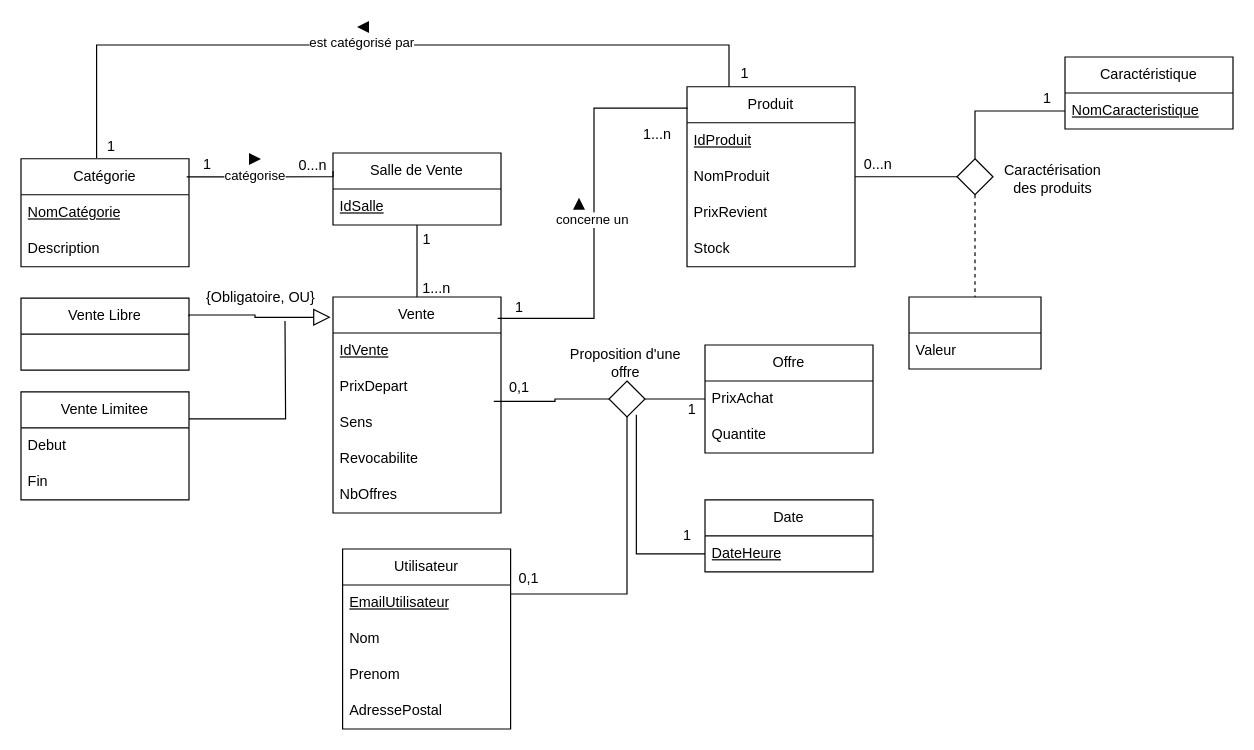
This is entite_association.drawio from AbelPrudhommeLacroix/enchere, a draw.io file, before an edit. Source tidied: cells renumbered, new cells numbered last; positions are measured from the earlier drawing's top-left corner, leaving out a move shared by most shapes. Both pictures are drawn from the tidied source at 120%, with x=0, y=0 at pixel (20, 20).
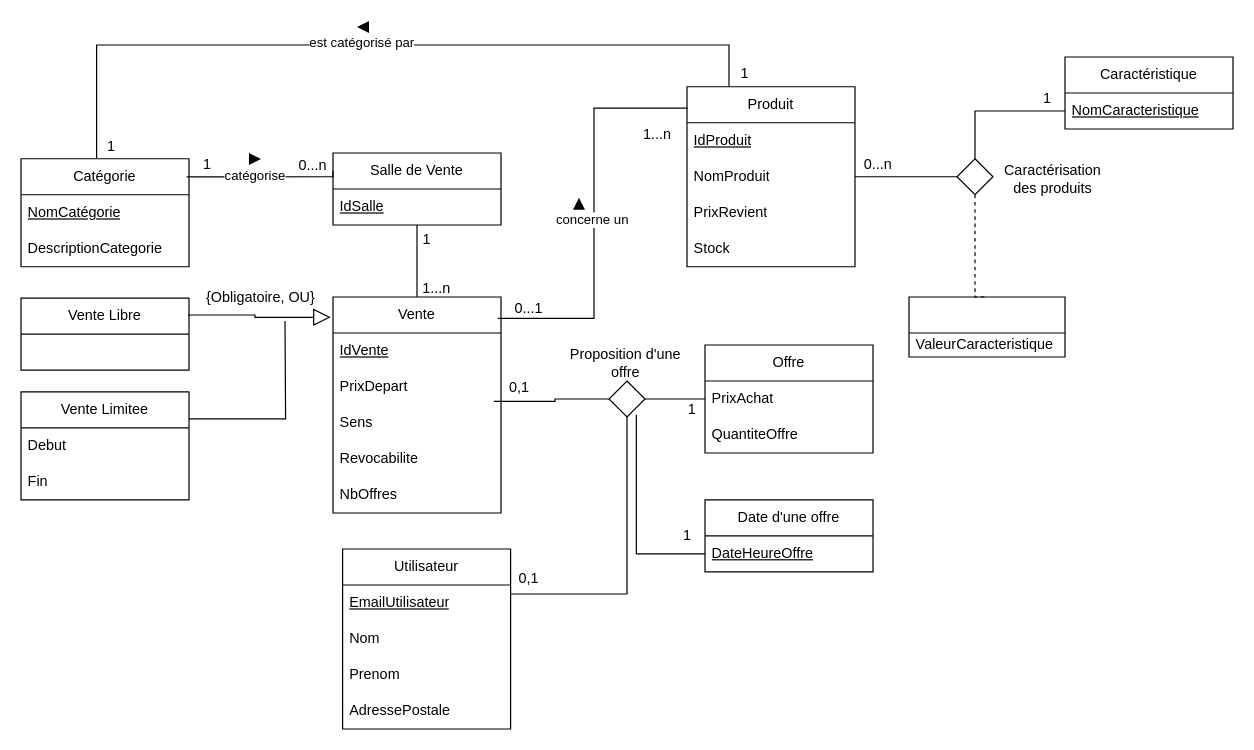
Above is the later version.

Unchanged cells that the change refers to:
```xml
<mxCell id="23" value="Utilisateur" style="swimlane;fontStyle=0;horizontal=1;startSize=30;whiteSpace=wrap;html=1;" parent="1" vertex="1">
  <mxGeometry x="268" y="440" width="140" height="150" as="geometry" />
</mxCell>
<mxCell id="31" value="Offre" style="swimlane;fontStyle=0;horizontal=1;startSize=30;whiteSpace=wrap;html=1;" parent="1" vertex="1">
  <mxGeometry x="570" y="270" width="140" height="90" as="geometry" />
</mxCell>
<mxCell id="34" value="Catégorie" style="swimlane;fontStyle=0;horizontal=1;startSize=30;whiteSpace=wrap;html=1;" parent="1" vertex="1">
  <mxGeometry y="114.8" width="140" height="90" as="geometry" />
</mxCell>
```

Change to the diagram source:
```diff
@@
-    <mxCell id="27" value="AdressePostal" style="text;strokeColor=none;fillColor=none;align=left;verticalAlign=middle;spacingLeft=4;spacingRight=4;overflow=hidden;whiteSpace=wrap;html=1;" parent="23" vertex="1">
+    <mxCell id="27" value="AdressePostale" style="text;strokeColor=none;fillColor=none;align=left;verticalAlign=middle;spacingLeft=4;spacingRight=4;overflow=hidden;whiteSpace=wrap;html=1;" parent="23" vertex="1">
       <mxGeometry y="120" width="140" height="30" as="geometry" />
     </mxCell>
@@
-    <mxCell id="33" value="Quantite" style="text;strokeColor=none;fillColor=none;align=left;verticalAlign=middle;spacingLeft=4;spacingRight=4;overflow=hidden;whiteSpace=wrap;html=1;" parent="31" vertex="1">
+    <mxCell id="33" value="QuantiteOffre" style="text;strokeColor=none;fillColor=none;align=left;verticalAlign=middle;spacingLeft=4;spacingRight=4;overflow=hidden;whiteSpace=wrap;html=1;" parent="31" vertex="1">
       <mxGeometry y="60" width="140" height="30" as="geometry" />
     </mxCell>
@@
-    <mxCell id="36" value="Description" style="text;strokeColor=none;fillColor=none;align=left;verticalAlign=middle;spacingLeft=4;spacingRight=4;overflow=hidden;whiteSpace=wrap;html=1;" parent="34" vertex="1">
+    <mxCell id="36" value="DescriptionCategorie" style="text;strokeColor=none;fillColor=none;align=left;verticalAlign=middle;spacingLeft=4;spacingRight=4;overflow=hidden;whiteSpace=wrap;html=1;" parent="34" vertex="1">
       <mxGeometry y="60" width="140" height="30" as="geometry" />
     </mxCell>
@@
-    <mxCell id="44" value="1" style="text;html=1;align=center;verticalAlign=middle;strokeColor=none;fillColor=none;" parent="1" vertex="1">
-      <mxGeometry x="400" y="224" width="30" height="30" as="geometry" />
+    <mxCell id="44" value="0...1" style="text;html=1;align=center;verticalAlign=middle;strokeColor=none;fillColor=none;" parent="1" vertex="1">
+      <mxGeometry x="398" y="225" width="50" height="30" as="geometry" />
     </mxCell>
@@
     <mxCell id="46" style="swimlane;fontStyle=0;horizontal=1;startSize=30;whiteSpace=wrap;html=1;" parent="1" vertex="1">
-      <mxGeometry x="740" y="230" width="110" height="60" as="geometry" />
+      <mxGeometry x="740" y="230" width="130" height="50" as="geometry" />
     </mxCell>
-    <mxCell id="47" value="Valeur" style="text;strokeColor=none;fillColor=none;align=left;verticalAlign=middle;spacingLeft=4;spacingRight=4;overflow=hidden;whiteSpace=wrap;html=1;" parent="46" vertex="1">
-      <mxGeometry y="30" width="110" height="30" as="geometry" />
+    <mxCell id="47" value="ValeurCaracteristique" style="text;strokeColor=none;fillColor=none;align=left;verticalAlign=middle;spacingLeft=4;spacingRight=4;overflow=hidden;whiteSpace=wrap;html=1;" parent="46" vertex="1">
+      <mxGeometry y="30" width="130" height="20" as="geometry" />
     </mxCell>
@@
-    <mxCell id="71" value="Date" style="swimlane;fontStyle=0;horizontal=1;startSize=30;whiteSpace=wrap;html=1;" parent="1" vertex="1">
+    <mxCell id="71" value="Date d'une offre" style="swimlane;fontStyle=0;horizontal=1;startSize=30;whiteSpace=wrap;html=1;" parent="1" vertex="1">
       <mxGeometry x="570" y="399" width="140" height="60" as="geometry" />
     </mxCell>
-    <mxCell id="72" value="&lt;u&gt;DateHeure&lt;/u&gt;" style="text;strokeColor=none;fillColor=none;align=left;verticalAlign=middle;spacingLeft=4;spacingRight=4;overflow=hidden;points=[[0,0.5],[1,0.5]];portConstraint=eastwest;whiteSpace=wrap;html=1;" parent="71" vertex="1">
+    <mxCell id="72" value="&lt;u&gt;DateHeureOffre&lt;/u&gt;" style="text;strokeColor=none;fillColor=none;align=left;verticalAlign=middle;spacingLeft=4;spacingRight=4;overflow=hidden;points=[[0,0.5],[1,0.5]];portConstraint=eastwest;whiteSpace=wrap;html=1;" parent="71" vertex="1">
       <mxGeometry y="30" width="140" height="30" as="geometry" />
     </mxCell>
```
